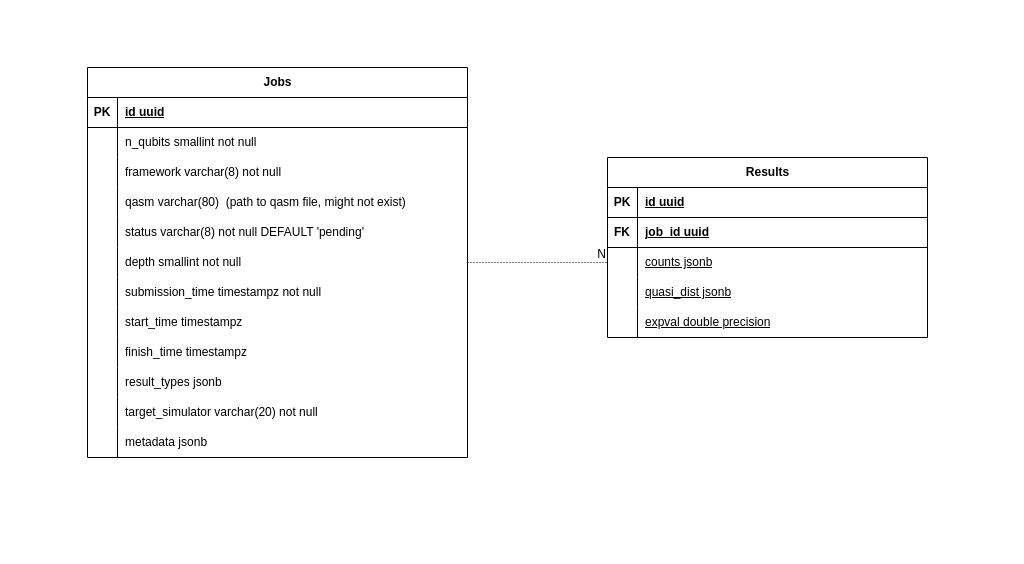
Earlier version of the draw.io diagram assets/database.drawio (Dpbm/qserver). Source tidied: cells renumbered, new cells numbered last; positions are measured from the earlier drawing's top-left corner, leaving out a move shared by most shapes. Both pictures are drawn from the tidied source at 100%, with x=0, y=0 at pixel (17, 17).
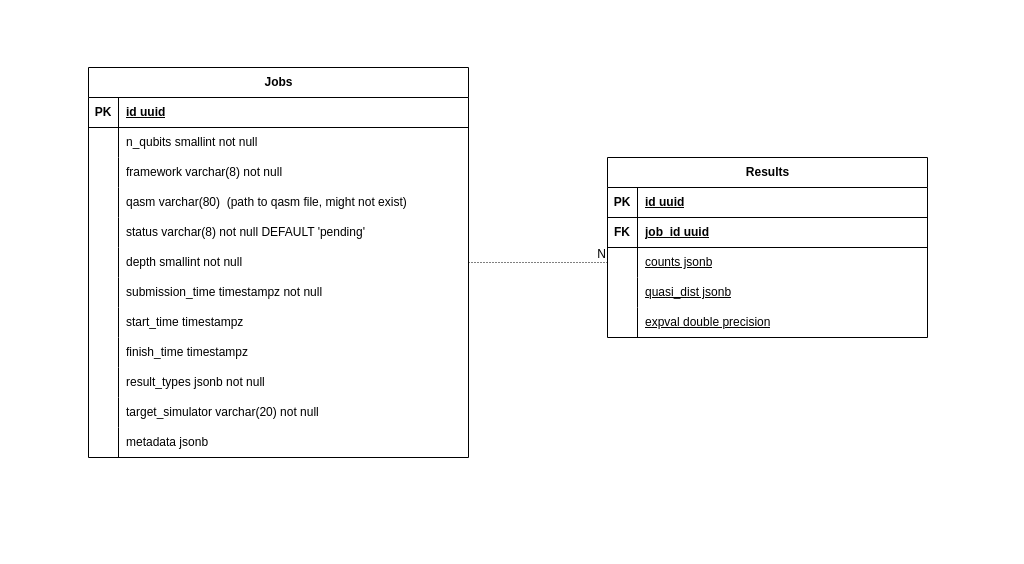
Above is the later version.

The change refers to these unchanged cells:
```xml
<mxCell id="31" style="shape=tableRow;horizontal=0;startSize=0;swimlaneHead=0;swimlaneBody=0;fillColor=none;top=0;left=0;right=0;bottom=0;" parent="3" vertex="1">
  <mxGeometry y="300" width="380" height="30" as="geometry" />
</mxCell>
```

Change to the diagram source:
```diff
@@
     <mxCell id="3" value="Jobs" style="shape=table;startSize=30;childLayout=tableLayout;rowLines=0;fontStyle=1;align=center;html=1;" parent="1" vertex="1">
-      <mxGeometry x="70" y="50" width="380" height="390" as="geometry" />
+      <mxGeometry x="71" y="50" width="380" height="390" as="geometry" />
     </mxCell>
@@
-    <mxCell id="33" value="result_types jsonb&amp;nbsp;" style="shape=partialRectangle;fillColor=none;top=0;left=0;bottom=0;right=0;align=left;spacingLeft=6;overflow=hidden;whiteSpace=wrap;html=1;" parent="31" vertex="1">
+    <mxCell id="33" value="result_types jsonb not null&amp;nbsp;" style="shape=partialRectangle;fillColor=none;top=0;left=0;bottom=0;right=0;align=left;spacingLeft=6;overflow=hidden;whiteSpace=wrap;html=1;" parent="31" vertex="1">
       <mxGeometry x="30" width="350" height="30" as="geometry" />
     </mxCell>
```
